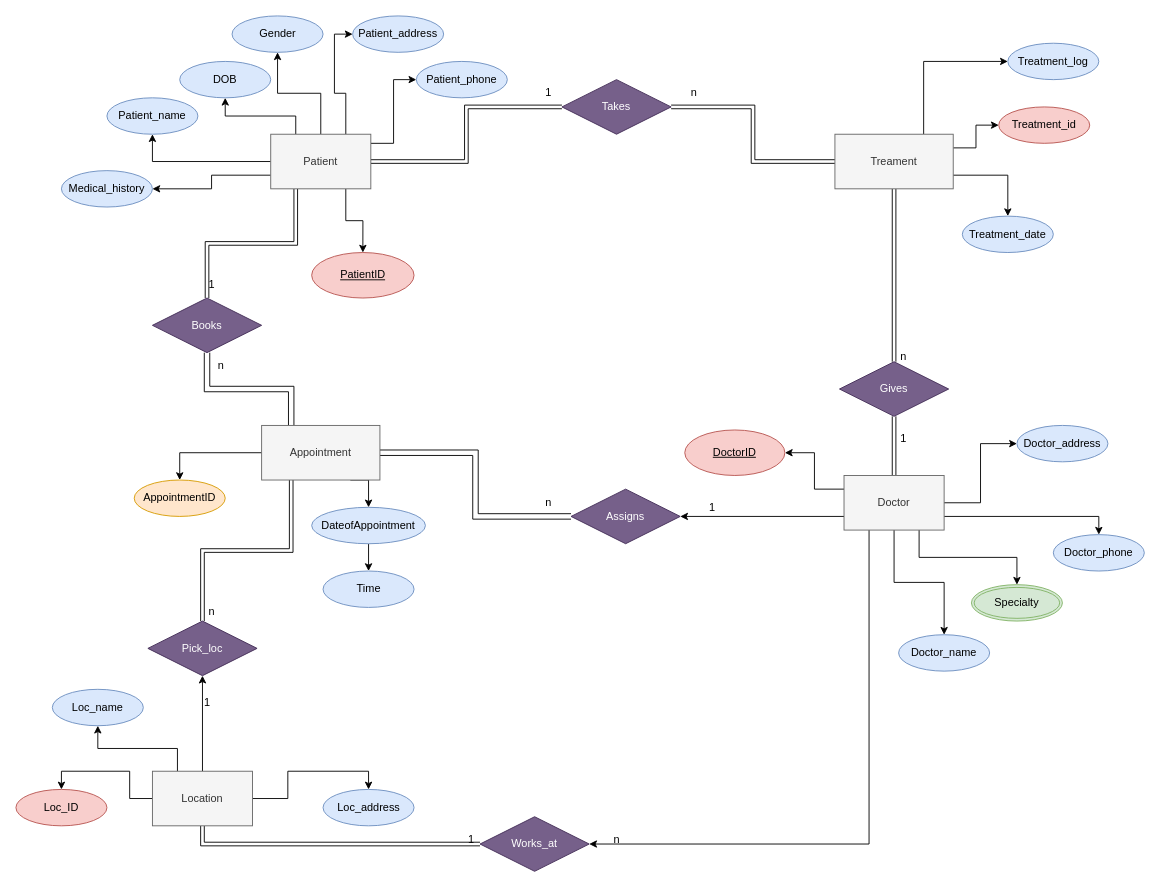
Kkrommm24/Project_SQLSERVER keeps this draw.io diagram as Qlypk.drawio. Above is the earlier version. Source tidied: cells renumbered, new cells numbered last; positions are measured from the earlier drawing's top-left corner, leaving out a move shared by most shapes. Both pictures are drawn from the tidied source at 91%, with x=0, y=0 at pixel (15, 15).
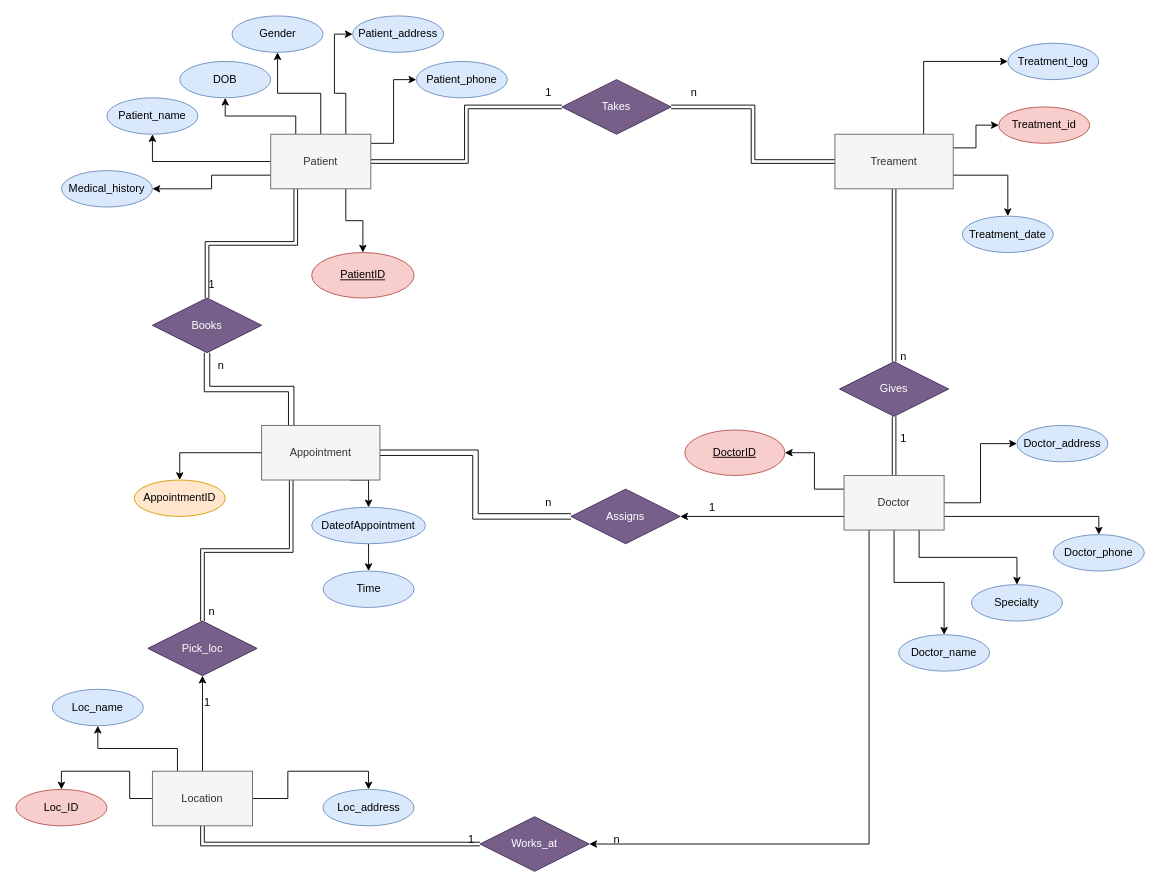
The same page after the edit.

Diff of the diagram source:
```diff
@@
-    <mxCell id="30" value="Specialty" style="ellipse;shape=doubleEllipse;margin=3;whiteSpace=wrap;html=1;align=center;fillColor=#d5e8d4;strokeColor=#82b366;" parent="1" vertex="1">
+    <mxCell id="30" value="Specialty" style="ellipse;whiteSpace=wrap;html=1;align=center;fillColor=#dae8fc;strokeColor=#6c8ebf;" parent="1" vertex="1">
       <mxGeometry x="1050" y="625" width="100" height="40" as="geometry" />
     </mxCell>
```
